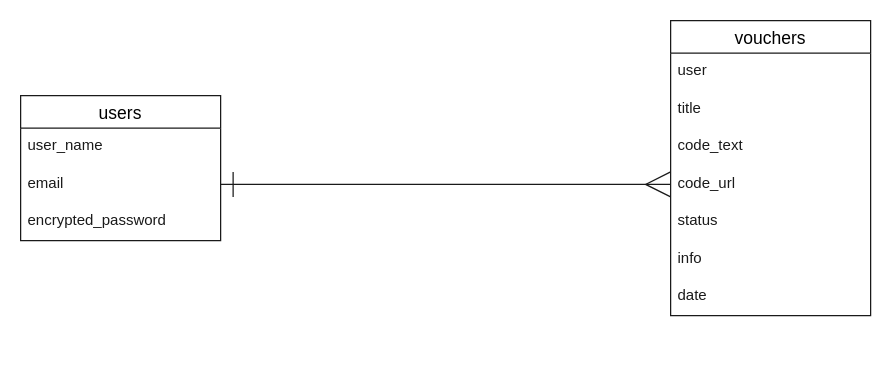
Above: OTOQS_ER.dio in DaiC-S/otoqs (draw.io), before the change. Source tidied: cells renumbered, new cells numbered last; positions are measured from the earlier drawing's top-left corner, leaving out a move shared by most shapes. Both pictures are drawn from the tidied source at 125%, with x=0, y=0 at pixel (20, 20).
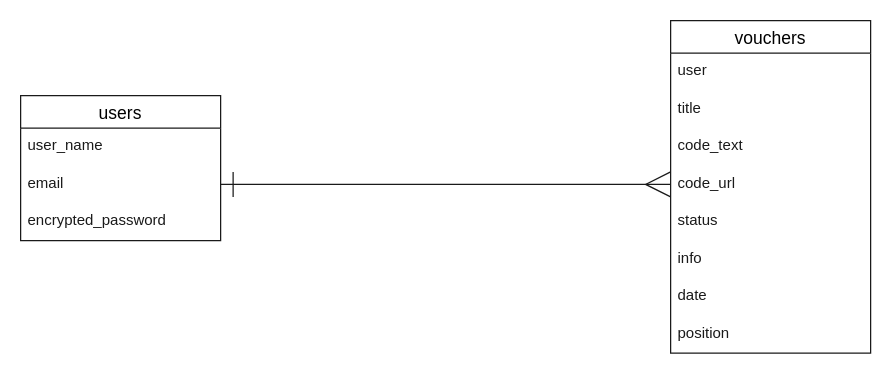
The same diagram, later.

What changed in the source:
```diff
@@
 <mxGraphModel background="#ffffff">
   <root>
     <mxCell id="0" />
     <mxCell id="1" parent="0" />
     <mxCell id="2" value="users" style="swimlane;fontStyle=0;horizontal=1;startSize=26;align=center;fontSize=14;strokeColor=#1A1A1A;" parent="1" vertex="1">
       <mxGeometry y="60" width="160" height="116" as="geometry" />
     </mxCell>
     <mxCell id="3" value="user_name" style="text;strokeColor=none;fillColor=none;spacingLeft=4;spacingRight=4;overflow=hidden;fontSize=12;fontColor=#1A1A1A;" parent="2" vertex="1">
       <mxGeometry y="26" width="160" height="30" as="geometry" />
     </mxCell>
     <mxCell id="4" value="email" style="text;strokeColor=none;fillColor=none;spacingLeft=4;spacingRight=4;overflow=hidden;fontSize=12;labelBackgroundColor=none;fontColor=#1A1A1A;" parent="2" vertex="1">
       <mxGeometry y="56" width="160" height="30" as="geometry" />
     </mxCell>
     <mxCell id="5" value="encrypted_password" style="text;strokeColor=none;fillColor=none;spacingLeft=4;spacingRight=4;overflow=hidden;fontSize=12;fontColor=#1A1A1A;" parent="2" vertex="1">
       <mxGeometry y="86" width="160" height="30" as="geometry" />
     </mxCell>
     <mxCell id="6" value="vouchers" style="swimlane;fontStyle=0;horizontal=1;startSize=26;align=center;fontSize=14;strokeColor=#1A1A1A;" parent="1" vertex="1">
-      <mxGeometry x="520" width="160" height="236" as="geometry" />
+      <mxGeometry x="520" width="160" height="266" as="geometry" />
     </mxCell>
     <mxCell id="7" value="user" style="text;strokeColor=none;fillColor=none;spacingLeft=4;spacingRight=4;overflow=hidden;fontSize=12;fontColor=#1A1A1A;" parent="6" vertex="1">
       <mxGeometry y="26" width="160" height="30" as="geometry" />
     </mxCell>
     <mxCell id="8" value="title" style="text;strokeColor=none;fillColor=none;spacingLeft=4;spacingRight=4;overflow=hidden;fontSize=12;fontColor=#1A1A1A;" parent="6" vertex="1">
       <mxGeometry y="56" width="160" height="30" as="geometry" />
     </mxCell>
     <mxCell id="9" value="code_text" style="text;strokeColor=none;fillColor=none;spacingLeft=4;spacingRight=4;overflow=hidden;fontSize=12;fontColor=#1A1A1A;" parent="6" vertex="1">
       <mxGeometry y="86" width="160" height="30" as="geometry" />
     </mxCell>
     <mxCell id="10" value="code_url" style="text;strokeColor=none;fillColor=none;spacingLeft=4;spacingRight=4;overflow=hidden;points=[[0,0.5],[1,0.5]];portConstraint=eastwest;fontSize=12;fontColor=#1A1A1A;" parent="6" vertex="1">
       <mxGeometry y="116" width="160" height="30" as="geometry" />
     </mxCell>
     <mxCell id="11" value="status" style="text;strokeColor=none;fillColor=none;spacingLeft=4;spacingRight=4;overflow=hidden;fontSize=12;fontColor=#1A1A1A;" parent="6" vertex="1">
       <mxGeometry y="146" width="160" height="30" as="geometry" />
     </mxCell>
     <mxCell id="12" value="info" style="text;strokeColor=none;fillColor=none;spacingLeft=4;spacingRight=4;overflow=hidden;fontSize=12;fontColor=#1A1A1A;" parent="6" vertex="1">
       <mxGeometry y="176" width="160" height="30" as="geometry" />
     </mxCell>
     <mxCell id="13" value="date" style="text;strokeColor=none;fillColor=none;spacingLeft=4;spacingRight=4;overflow=hidden;fontSize=12;fontColor=#1A1A1A;" parent="6" vertex="1">
       <mxGeometry y="206" width="160" height="30" as="geometry" />
     </mxCell>
+    <mxCell id="15" value="position" style="text;strokeColor=none;fillColor=none;spacingLeft=4;spacingRight=4;overflow=hidden;fontSize=12;fontColor=#1A1A1A;" parent="6" vertex="1">
+      <mxGeometry y="236" width="160" height="30" as="geometry" />
+    </mxCell>
     <mxCell id="14" style="edgeStyle=none;html=1;startArrow=ERmany;startFill=0;endArrow=ERone;endFill=0;strokeWidth=1;startSize=18;endSize=18;exitX=0;exitY=0.5;exitDx=0;exitDy=0;strokeColor=#1A1A1A;" parent="1" edge="1" source="10">
       <mxGeometry relative="1" as="geometry">
         <mxPoint x="160" y="131" as="targetPoint" />
       </mxGeometry>
     </mxCell>
   </root>
 </mxGraphModel>
```
